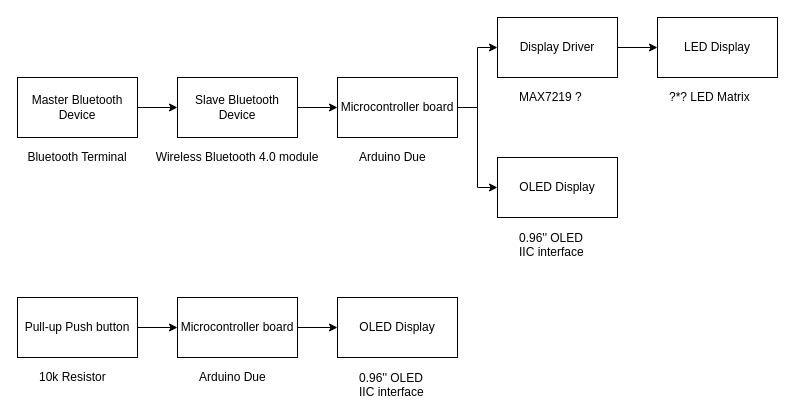
This is schematic.drawio from kukiC/ELEC3607, a draw.io file, before an edit. Source tidied: cells renumbered, new cells numbered last; positions are measured from the earlier drawing's top-left corner, leaving out a move shared by most shapes. Both pictures are drawn from the tidied source at 100%, with x=0, y=0 at pixel (17, 17).
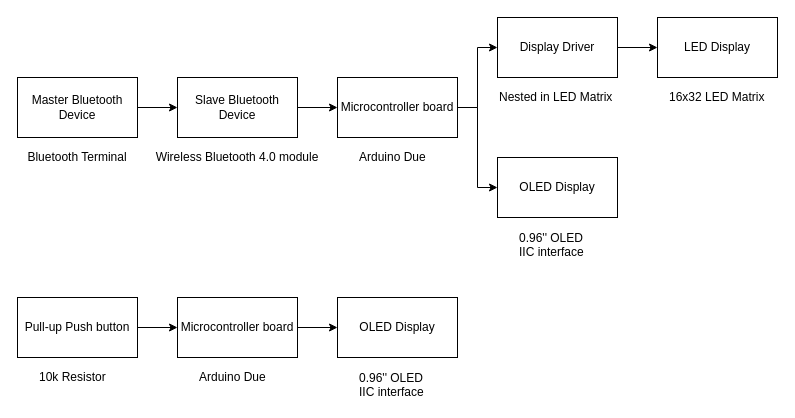
The same page after the edit.

What changed in the source:
```diff
@@
-    <mxCell id="15" value="&lt;span&gt;MAX7219 ?&lt;/span&gt;" style="text;html=1;align=left;verticalAlign=top;spacingTop=-4;" parent="1" vertex="1">
-      <mxGeometry x="500" y="70" width="80" height="20" as="geometry" />
+    <mxCell id="15" value="&lt;span&gt;Nested in LED Matrix&lt;/span&gt;" style="text;html=1;align=left;verticalAlign=top;spacingTop=-4;" parent="1" vertex="1">
+      <mxGeometry x="480" y="70" width="130" height="20" as="geometry" />
     </mxCell>
-    <mxCell id="16" value="?*? LED Matrix" style="text;html=1;align=left;verticalAlign=top;spacingTop=-4;" parent="1" vertex="1">
-      <mxGeometry x="650" y="70" width="100" height="20" as="geometry" />
+    <mxCell id="16" value="&lt;span&gt;16x32&lt;/span&gt;&amp;nbsp;LED Matrix" style="text;html=1;align=left;verticalAlign=top;spacingTop=-4;" parent="1" vertex="1">
+      <mxGeometry x="650" y="70" width="110" height="20" as="geometry" />
     </mxCell>
```
